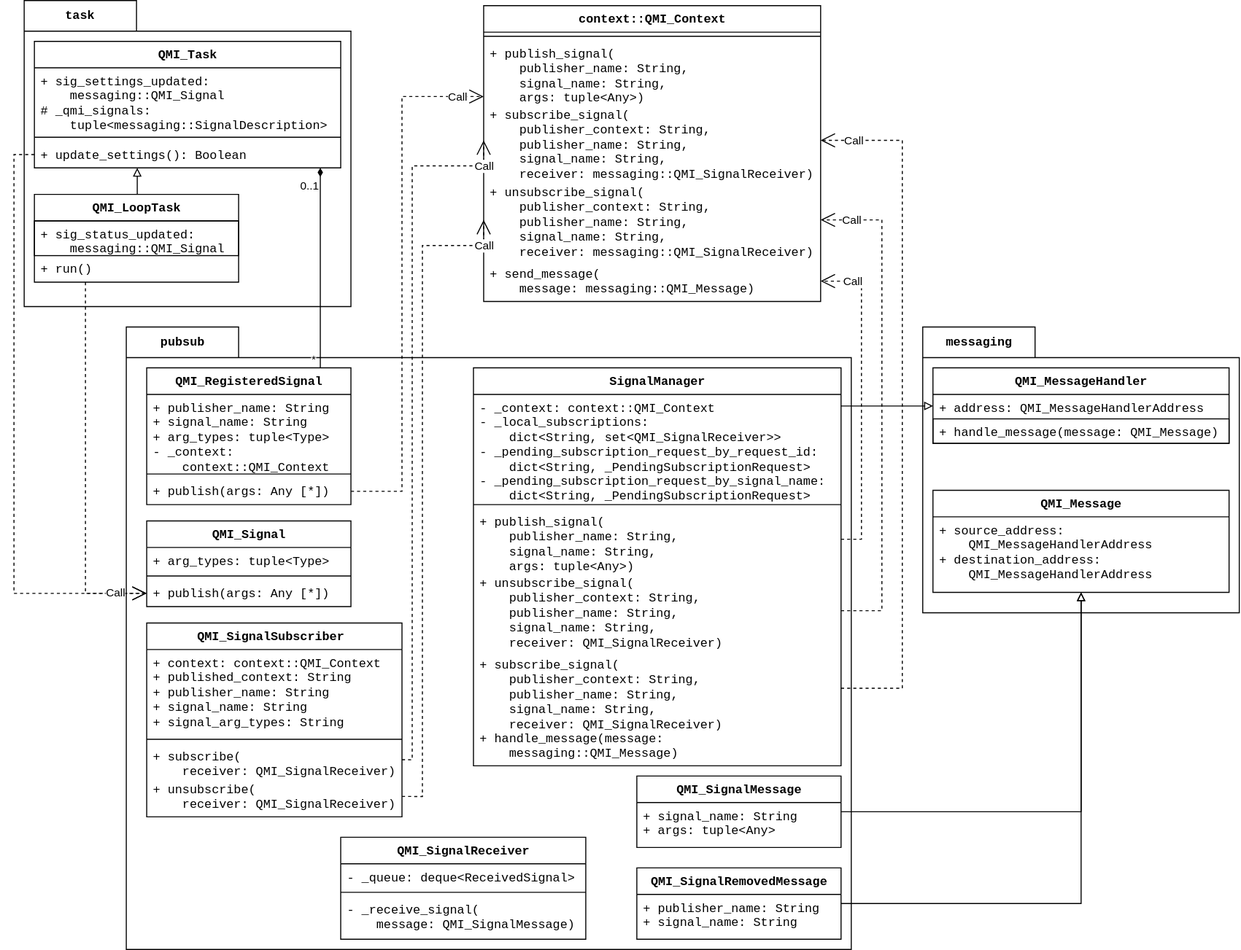
Above: documentation/sphinx/source/images/class_diagram_signalling.drawio.svg in QuTech-Delft/QMI (draw.io), before the change. Source tidied: cells renumbered, new cells last; positions are measured from the earlier drawing's top-left corner, leaving out a move shared by most shapes.
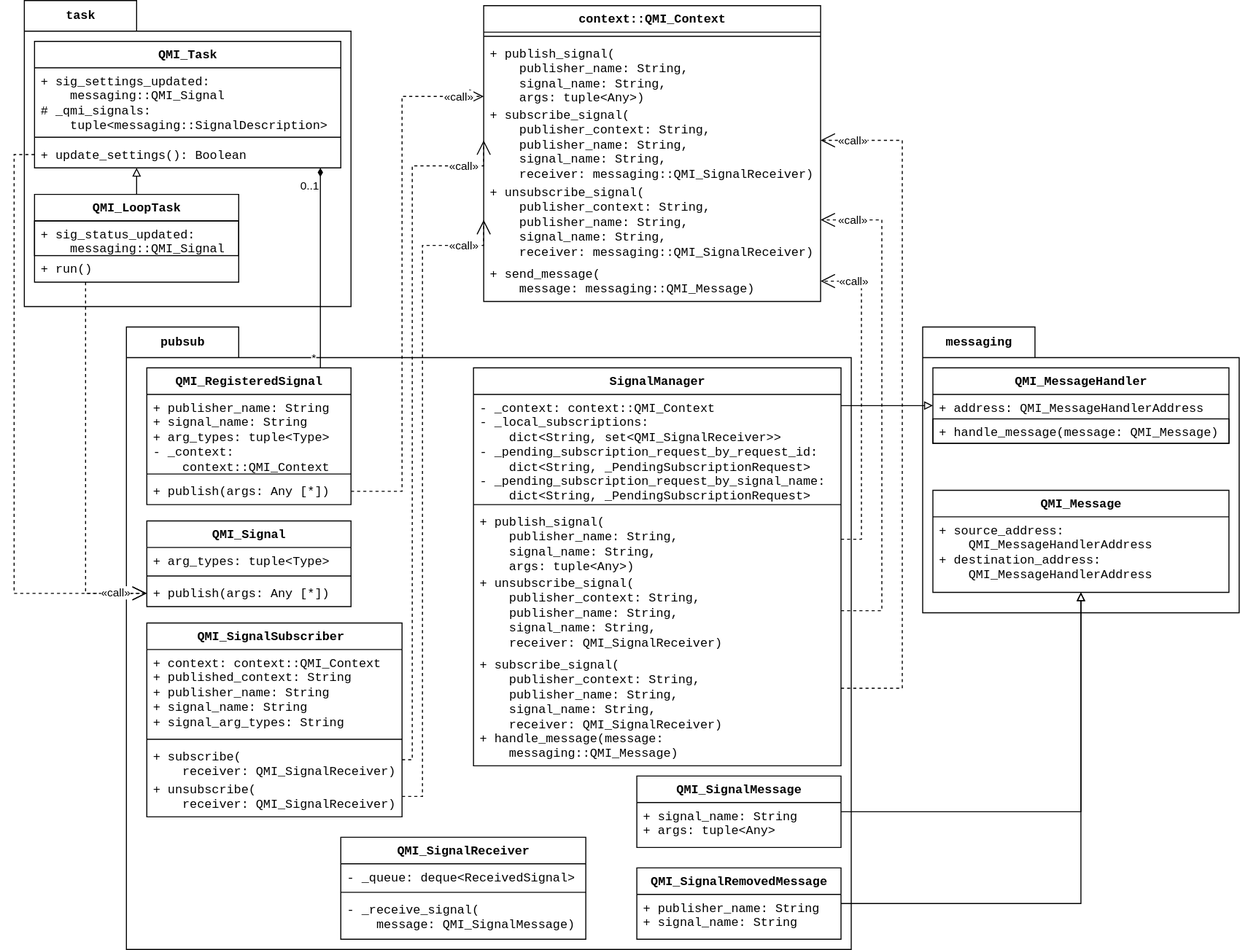
After the commit.

Diff of the diagram source:
```diff
@@ -201,14 +201,14 @@
         </Array>
       </mxGeometry>
     </mxCell>
-    <mxCell id="63" value="Call" style="endArrow=open;endSize=12;dashed=1;html=1;rounded=0;entryX=0;entryY=0.5;entryDx=0;entryDy=0;edgeStyle=elbowEdgeStyle;" parent="8" edge="1" source="29" target="61">
+    <mxCell id="63" value="«call»" style="endArrow=open;endSize=12;dashed=1;html=1;rounded=0;entryX=0;entryY=0.5;entryDx=0;entryDy=0;edgeStyle=elbowEdgeStyle;" parent="8" edge="1" source="29" target="61">
       <mxGeometry x="0.89" y="1" relative="1" as="geometry">
         <Array as="points">
           <mxPoint y="360" />
         </Array>
       </mxGeometry>
     </mxCell>
-    <mxCell id="64" value="Call" style="endArrow=open;endSize=12;dashed=1;html=1;rounded=0;edgeStyle=orthogonalEdgeStyle;elbow=vertical;" parent="8" edge="1" source="37" target="14">
+    <mxCell id="64" value="«call»" style="endArrow=open;endSize=12;dashed=1;html=1;rounded=0;edgeStyle=orthogonalEdgeStyle;elbow=vertical;" parent="8" edge="1" source="37" target="14">
       <mxGeometry x="0.9" relative="1" as="geometry">
         <Array as="points">
           <mxPoint x="380" y="481" />
@@ -216,37 +216,37 @@
         </Array>
       </mxGeometry>
     </mxCell>
-    <mxCell id="65" value="Call" style="endArrow=open;endSize=12;dashed=1;html=1;rounded=0;edgeStyle=orthogonalEdgeStyle;elbow=vertical;exitX=1;exitY=0.5;exitDx=0;exitDy=0;entryX=0;entryY=0.5;entryDx=0;entryDy=0;" parent="8" edge="1" source="44" target="15">
-      <mxGeometry x="0.92" relative="1" as="geometry">
+    <mxCell id="65" value="«call»" style="endArrow=open;endSize=12;dashed=1;html=1;rounded=0;edgeStyle=orthogonalEdgeStyle;elbow=vertical;exitX=1;exitY=0.5;exitDx=0;exitDy=0;entryX=0;entryY=0.5;entryDx=0;entryDy=0;" parent="8" edge="1" source="44" target="15">
+      <mxGeometry x="0.87" relative="1" as="geometry">
         <Array as="points">
           <mxPoint x="390" y="744" />
           <mxPoint x="390" y="162" />
         </Array>
       </mxGeometry>
     </mxCell>
-    <mxCell id="66" value="Call" style="endArrow=open;endSize=12;dashed=1;html=1;rounded=0;edgeStyle=orthogonalEdgeStyle;elbow=vertical;exitX=1;exitY=0.5;exitDx=0;exitDy=0;entryX=0;entryY=0.5;entryDx=0;entryDy=0;" parent="8" edge="1" source="45" target="16">
-      <mxGeometry x="0.92" relative="1" as="geometry">
+    <mxCell id="66" value="«call»" style="endArrow=open;endSize=12;dashed=1;html=1;rounded=0;edgeStyle=orthogonalEdgeStyle;elbow=vertical;exitX=1;exitY=0.5;exitDx=0;exitDy=0;entryX=0;entryY=0.5;entryDx=0;entryDy=0;" parent="8" edge="1" source="45" target="16">
+      <mxGeometry x="0.86" relative="1" as="geometry">
         <Array as="points">
           <mxPoint x="400" y="780" />
           <mxPoint x="400" y="240" />
         </Array>
       </mxGeometry>
     </mxCell>
-    <mxCell id="67" value="Call" style="endArrow=open;endSize=12;dashed=1;html=1;rounded=0;edgeStyle=elbowEdgeStyle;" parent="8" edge="1" source="49" target="17">
+    <mxCell id="67" value="«call»" style="endArrow=open;endSize=12;dashed=1;html=1;rounded=0;edgeStyle=elbowEdgeStyle;" parent="8" edge="1" source="49" target="17">
       <mxGeometry x="0.8" relative="1" as="geometry">
         <Array as="points">
           <mxPoint x="830" y="480" />
         </Array>
       </mxGeometry>
     </mxCell>
-    <mxCell id="68" value="Call" style="endArrow=open;endSize=12;dashed=1;html=1;rounded=0;edgeStyle=elbowEdgeStyle;" parent="8" edge="1" source="51" target="15">
+    <mxCell id="68" value="«call»" style="endArrow=open;endSize=12;dashed=1;html=1;rounded=0;edgeStyle=elbowEdgeStyle;" parent="8" edge="1" source="51" target="15">
       <mxGeometry x="0.91" relative="1" as="geometry">
         <Array as="points">
           <mxPoint x="870" y="350" />
         </Array>
       </mxGeometry>
     </mxCell>
-    <mxCell id="69" value="Call" style="endArrow=open;endSize=12;dashed=1;html=1;rounded=0;edgeStyle=elbowEdgeStyle;" parent="8" edge="1" source="50" target="16">
+    <mxCell id="69" value="«call»" style="endArrow=open;endSize=12;dashed=1;html=1;rounded=0;edgeStyle=elbowEdgeStyle;" parent="8" edge="1" source="50" target="16">
       <mxGeometry x="0.87" relative="1" as="geometry">
         <Array as="points">
           <mxPoint x="850" y="420" />
```
